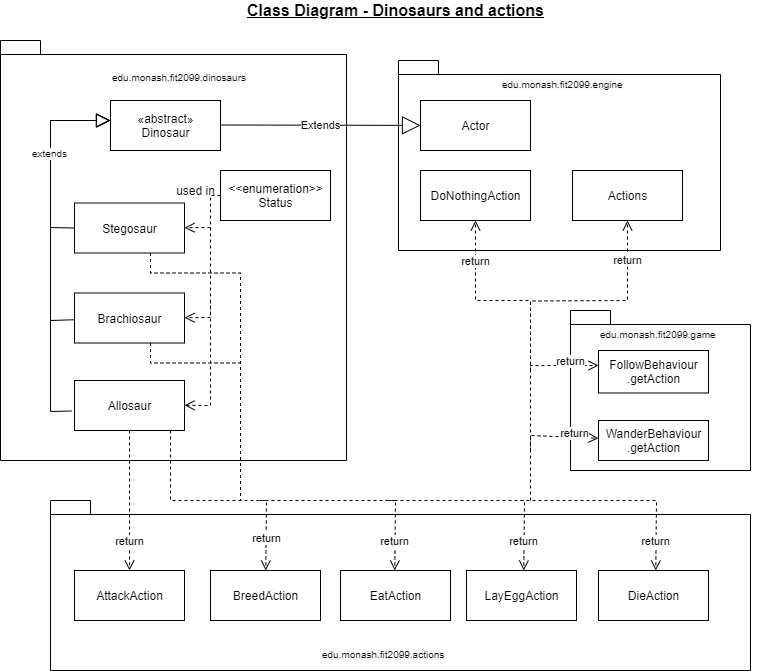
Before: assignment_workings/ClassDiagram - dinosaurs and actions.png, a diagram exported from draw.io (mltw/fit2099-jurassic-park-2021). Source tidied: cells renumbered, new cells last; positions are measured from the earlier drawing's top-left corner, leaving out a move shared by most shapes. Its diagram source:
```xml
<mxGraphModel>
  <root>
    <mxCell id="0" />
    <mxCell id="1" parent="0" />
    <mxCell id="2" style="shape=folder;fontStyle=1;spacingTop=10;tabWidth=40;tabHeight=14;tabPosition=left;html=1;" parent="1" vertex="1">
      <mxGeometry x="50" y="500" width="700" height="170" as="geometry" />
    </mxCell>
    <mxCell id="3" style="shape=folder;fontStyle=1;spacingTop=10;tabWidth=40;tabHeight=14;tabPosition=left;html=1;" parent="1" vertex="1">
      <mxGeometry x="398" y="60" width="322" height="190" as="geometry" />
    </mxCell>
    <mxCell id="4" style="shape=folder;fontStyle=1;spacingTop=10;tabWidth=40;tabHeight=14;tabPosition=left;html=1;" parent="1" vertex="1">
      <mxGeometry y="40" width="346" height="420" as="geometry" />
    </mxCell>
    <mxCell id="5" style="shape=folder;fontStyle=1;spacingTop=10;tabWidth=40;tabHeight=14;tabPosition=left;html=1;" parent="1" vertex="1">
      <mxGeometry x="570" y="310" width="180" height="160" as="geometry" />
    </mxCell>
    <mxCell id="6" value="Stegosaur" style="html=1;" parent="1" vertex="1">
      <mxGeometry x="74" y="202.5" width="110" height="50" as="geometry" />
    </mxCell>
    <mxCell id="7" value="Allosaur" style="html=1;" parent="1" vertex="1">
      <mxGeometry x="74" y="380" width="110" height="50" as="geometry" />
    </mxCell>
    <mxCell id="8" value="Brachiosaur" style="html=1;" parent="1" vertex="1">
      <mxGeometry x="74" y="292.5" width="110" height="50" as="geometry" />
    </mxCell>
    <mxCell id="9" value="Actor" style="html=1;" parent="1" vertex="1">
      <mxGeometry x="420" y="100" width="110" height="50" as="geometry" />
    </mxCell>
    <mxCell id="10" style="endArrow=block;endFill=0;endSize=12;html=1;fontSize=6;rounded=0;" parent="1" edge="1" source="8">
      <mxGeometry relative="1" as="geometry">
        <mxPoint x="110" y="120" as="targetPoint" />
        <Array as="points">
          <mxPoint x="50" y="320" />
          <mxPoint x="50" y="120" />
        </Array>
      </mxGeometry>
    </mxCell>
    <mxCell id="11" style="endArrow=block;endFill=0;endSize=12;html=1;fontSize=6;exitX=0;exitY=0.5;exitDx=0;exitDy=0;rounded=0;" parent="1" edge="1" source="6">
      <mxGeometry relative="1" as="geometry">
        <mxPoint x="110" y="120" as="targetPoint" />
        <Array as="points">
          <mxPoint x="50" y="227" />
          <mxPoint x="50" y="120" />
        </Array>
      </mxGeometry>
    </mxCell>
    <mxCell id="12" style="endArrow=block;endFill=0;endSize=12;html=1;fontSize=6;exitX=-0.028;exitY=0.61;exitDx=0;exitDy=0;exitPerimeter=0;rounded=0;" parent="1" edge="1" source="7">
      <mxGeometry relative="1" as="geometry">
        <mxPoint x="110" y="120" as="targetPoint" />
        <Array as="points">
          <mxPoint x="50" y="411" />
          <mxPoint x="50" y="120" />
        </Array>
      </mxGeometry>
    </mxCell>
    <mxCell id="13" value="&lt;span style=&quot;font-size: 10px&quot;&gt;extends&lt;/span&gt;" style="edgeLabel;html=1;align=center;verticalAlign=middle;fontSize=6;" parent="12" vertex="1">
      <mxGeometry x="0.5" y="2" relative="1" as="geometry" />
    </mxCell>
    <mxCell id="14" value="&lt;span style=&quot;color: rgb(0 , 0 , 0) ; font-family: &amp;#34;helvetica&amp;#34; ; font-size: 10px ; font-style: normal ; font-weight: 400 ; letter-spacing: normal ; text-align: center ; text-indent: 0px ; text-transform: none ; word-spacing: 0px ; background-color: rgb(248 , 249 , 250) ; display: inline ; float: none&quot;&gt;edu.monash.fit2099.engine&lt;/span&gt;" style="text;whiteSpace=wrap;html=1;" parent="1" vertex="1">
      <mxGeometry x="500" y="70" width="160" height="30" as="geometry" />
    </mxCell>
    <mxCell id="15" value="«abstract»&lt;br&gt;Dinosaur" style="html=1;" parent="1" vertex="1">
      <mxGeometry x="110" y="100" width="110" height="50" as="geometry" />
    </mxCell>
    <mxCell id="16" value="&lt;span style=&quot;color: rgb(0 , 0 , 0) ; font-family: &amp;#34;helvetica&amp;#34; ; font-size: 10px ; font-style: normal ; font-weight: 400 ; letter-spacing: normal ; text-align: center ; text-indent: 0px ; text-transform: none ; word-spacing: 0px ; background-color: rgb(248 , 249 , 250) ; display: inline ; float: none&quot;&gt;edu.monash.fit2099.dinosaurs&lt;/span&gt;" style="text;whiteSpace=wrap;html=1;" parent="1" vertex="1">
      <mxGeometry x="110" y="63" width="160" height="30" as="geometry" />
    </mxCell>
    <mxCell id="17" value="Extends" style="endArrow=block;endSize=16;endFill=0;html=1;" parent="1" edge="1" target="9">
      <mxGeometry relative="1" as="geometry">
        <mxPoint x="220" y="124.5" as="sourcePoint" />
      </mxGeometry>
    </mxCell>
    <mxCell id="18" value="&amp;lt;&amp;lt;enumeration&amp;gt;&amp;gt;&lt;br&gt;Status" style="html=1;" parent="1" vertex="1">
      <mxGeometry x="220" y="170" width="110" height="50" as="geometry" />
    </mxCell>
    <mxCell id="19" style="html=1;verticalAlign=bottom;endArrow=open;dashed=1;endSize=8;exitX=0;exitY=0.5;exitDx=0;exitDy=0;rounded=0;" parent="1" edge="1" source="18">
      <mxGeometry relative="1" as="geometry">
        <mxPoint x="184" y="317.3" as="targetPoint" />
        <Array as="points">
          <mxPoint x="210" y="195" />
          <mxPoint x="210" y="317" />
        </Array>
      </mxGeometry>
    </mxCell>
    <mxCell id="20" style="html=1;verticalAlign=bottom;endArrow=open;dashed=1;endSize=8;rounded=0;" parent="1" edge="1">
      <mxGeometry relative="1" as="geometry">
        <mxPoint x="210" y="227" as="sourcePoint" />
        <mxPoint x="184" y="227.3" as="targetPoint" />
        <Array as="points">
          <mxPoint x="210" y="227" />
        </Array>
      </mxGeometry>
    </mxCell>
    <mxCell id="21" style="html=1;verticalAlign=bottom;endArrow=open;dashed=1;endSize=8;rounded=0;" parent="1" edge="1">
      <mxGeometry relative="1" as="geometry">
        <mxPoint x="210" y="300" as="sourcePoint" />
        <mxPoint x="184" y="404.8" as="targetPoint" />
        <Array as="points">
          <mxPoint x="210" y="405" />
        </Array>
      </mxGeometry>
    </mxCell>
    <mxCell id="22" value="AttackAction" style="html=1;" parent="1" vertex="1">
      <mxGeometry x="74" y="570" width="110" height="50" as="geometry" />
    </mxCell>
    <mxCell id="23" value="return" style="html=1;verticalAlign=bottom;endArrow=open;dashed=1;endSize=8;exitX=0.5;exitY=1;exitDx=0;exitDy=0;" parent="1" edge="1" source="7" target="22">
      <mxGeometry x="0.71" relative="1" as="geometry" />
    </mxCell>
    <mxCell id="24" value="EatAction" style="html=1;" parent="1" vertex="1">
      <mxGeometry x="340" y="570" width="110" height="50" as="geometry" />
    </mxCell>
    <mxCell id="25" value="BreedAction" style="html=1;" parent="1" vertex="1">
      <mxGeometry x="210" y="570" width="110" height="50" as="geometry" />
    </mxCell>
    <mxCell id="26" value="LayEggAction" style="html=1;" parent="1" vertex="1">
      <mxGeometry x="466" y="570" width="110" height="50" as="geometry" />
    </mxCell>
    <mxCell id="27" value="DieAction" style="html=1;" parent="1" vertex="1">
      <mxGeometry x="598" y="570" width="110" height="50" as="geometry" />
    </mxCell>
    <mxCell id="28" value="DoNothingAction" style="html=1;" parent="1" vertex="1">
      <mxGeometry x="420" y="170" width="110" height="50" as="geometry" />
    </mxCell>
    <mxCell id="29" value="WanderBehaviour&lt;br&gt;.getAction" style="html=1;" parent="1" vertex="1">
      <mxGeometry x="598" y="420" width="110" height="40" as="geometry" />
    </mxCell>
    <mxCell id="30" value="return" style="html=1;verticalAlign=bottom;endArrow=open;dashed=1;endSize=8;rounded=0;" parent="1" edge="1" target="25">
      <mxGeometry x="0.81" relative="1" as="geometry">
        <mxPoint x="170" y="430" as="sourcePoint" />
        <Array as="points">
          <mxPoint x="170" y="500" />
          <mxPoint x="266" y="500" />
        </Array>
      </mxGeometry>
    </mxCell>
    <mxCell id="31" value="return" style="html=1;verticalAlign=bottom;endArrow=open;dashed=1;endSize=8;rounded=0;" parent="1" edge="1">
      <mxGeometry x="0.81" relative="1" as="geometry">
        <mxPoint x="259" y="500" as="sourcePoint" />
        <mxPoint x="394.3" y="570" as="targetPoint" />
        <Array as="points">
          <mxPoint x="395" y="500" />
        </Array>
      </mxGeometry>
    </mxCell>
    <mxCell id="32" value="return" style="html=1;verticalAlign=bottom;endArrow=open;dashed=1;endSize=8;rounded=0;" parent="1" edge="1">
      <mxGeometry x="0.81" relative="1" as="geometry">
        <mxPoint x="388" y="500" as="sourcePoint" />
        <mxPoint x="523.3" y="570" as="targetPoint" />
        <Array as="points">
          <mxPoint x="524" y="500" />
        </Array>
      </mxGeometry>
    </mxCell>
    <mxCell id="33" value="return" style="html=1;verticalAlign=bottom;endArrow=open;dashed=1;endSize=8;rounded=0;" parent="1" edge="1">
      <mxGeometry x="0.81" relative="1" as="geometry">
        <mxPoint x="520" y="500" as="sourcePoint" />
        <mxPoint x="655.3" y="570" as="targetPoint" />
        <Array as="points">
          <mxPoint x="656" y="500" />
        </Array>
      </mxGeometry>
    </mxCell>
    <mxCell id="34" value="return" style="html=1;verticalAlign=bottom;endArrow=open;dashed=1;endSize=8;rounded=0;" parent="1" edge="1" target="29">
      <mxGeometry x="0.63" y="-5" relative="1" as="geometry">
        <mxPoint x="530" y="500" as="sourcePoint" />
        <Array as="points">
          <mxPoint x="530" y="435" />
        </Array>
      </mxGeometry>
    </mxCell>
    <mxCell id="35" style="html=1;verticalAlign=bottom;endArrow=none;dashed=1;endSize=8;endFill=0;rounded=0;" parent="1" edge="1">
      <mxGeometry relative="1" as="geometry">
        <mxPoint x="150" y="252.5" as="sourcePoint" />
        <mxPoint x="240" y="500" as="targetPoint" />
        <Array as="points">
          <mxPoint x="150" y="272.5" />
          <mxPoint x="240" y="272.5" />
        </Array>
      </mxGeometry>
    </mxCell>
    <mxCell id="36" style="html=1;verticalAlign=bottom;endArrow=none;dashed=1;endSize=8;endFill=0;rounded=0;" parent="1" edge="1">
      <mxGeometry relative="1" as="geometry">
        <mxPoint x="150" y="342.5" as="sourcePoint" />
        <mxPoint x="240" y="500" as="targetPoint" />
        <Array as="points">
          <mxPoint x="150" y="362.5" />
          <mxPoint x="240" y="362.5" />
        </Array>
      </mxGeometry>
    </mxCell>
    <mxCell id="37" value="FollowBehaviour&lt;br&gt;.getAction" style="html=1;" parent="1" vertex="1">
      <mxGeometry x="598" y="350" width="110" height="42.5" as="geometry" />
    </mxCell>
    <mxCell id="38" value="return" style="html=1;verticalAlign=bottom;endArrow=open;dashed=1;endSize=8;rounded=0;" parent="1" edge="1">
      <mxGeometry x="0.63" y="-5" relative="1" as="geometry">
        <mxPoint x="530" y="450" as="sourcePoint" />
        <mxPoint x="598" y="365" as="targetPoint" />
        <Array as="points">
          <mxPoint x="530" y="365" />
        </Array>
      </mxGeometry>
    </mxCell>
    <mxCell id="39" value="Actions" style="html=1;" parent="1" vertex="1">
      <mxGeometry x="572" y="170" width="110" height="50" as="geometry" />
    </mxCell>
    <mxCell id="40" value="return" style="html=1;verticalAlign=bottom;endArrow=open;dashed=1;endSize=8;entryX=0.5;entryY=1;entryDx=0;entryDy=0;rounded=0;" parent="1" edge="1" target="28">
      <mxGeometry x="0.51" relative="1" as="geometry">
        <mxPoint x="530" y="370" as="sourcePoint" />
        <Array as="points">
          <mxPoint x="530" y="300" />
          <mxPoint x="475" y="300" />
        </Array>
      </mxGeometry>
    </mxCell>
    <mxCell id="41" value="return" style="html=1;verticalAlign=bottom;endArrow=open;dashed=1;endSize=8;entryX=0.5;entryY=1;entryDx=0;entryDy=0;rounded=0;" parent="1" edge="1" target="39">
      <mxGeometry x="0.6" relative="1" as="geometry">
        <mxPoint x="530" y="370.5" as="sourcePoint" />
        <Array as="points">
          <mxPoint x="530" y="300.5" />
          <mxPoint x="627" y="300" />
        </Array>
        <mxPoint y="-1" as="offset" />
      </mxGeometry>
    </mxCell>
    <mxCell id="42" value="&lt;span style=&quot;color: rgb(0 , 0 , 0) ; font-family: &amp;#34;helvetica&amp;#34; ; font-size: 10px ; font-style: normal ; font-weight: 400 ; letter-spacing: normal ; text-align: center ; text-indent: 0px ; text-transform: none ; word-spacing: 0px ; background-color: rgb(248 , 249 , 250) ; display: inline ; float: none&quot;&gt;edu.monash.fit2099.game&lt;/span&gt;" style="text;whiteSpace=wrap;html=1;" parent="1" vertex="1">
      <mxGeometry x="598" y="320" width="160" height="30" as="geometry" />
    </mxCell>
    <mxCell id="43" value="&lt;span style=&quot;color: rgb(0 , 0 , 0) ; font-family: &amp;#34;helvetica&amp;#34; ; font-size: 10px ; font-style: normal ; font-weight: 400 ; letter-spacing: normal ; text-align: center ; text-indent: 0px ; text-transform: none ; word-spacing: 0px ; background-color: rgb(248 , 249 , 250) ; display: inline ; float: none&quot;&gt;edu.monash.fit2099.actions&lt;/span&gt;" style="text;whiteSpace=wrap;html=1;" parent="1" vertex="1">
      <mxGeometry x="320" y="640" width="160" height="30" as="geometry" />
    </mxCell>
    <mxCell id="44" value="&lt;font size=&quot;1&quot;&gt;&lt;b style=&quot;font-size: 16px&quot;&gt;&lt;u&gt;Class Diagram - Dinosaurs and actions&lt;/u&gt;&lt;/b&gt;&lt;/font&gt;" style="text;html=1;align=center;verticalAlign=middle;strokeColor=none;" parent="1" vertex="1">
      <mxGeometry x="240" width="310" height="20" as="geometry" />
    </mxCell>
    <mxCell id="45" value="used in" style="text;html=1;align=center;verticalAlign=middle;strokeColor=none;" parent="1" vertex="1">
      <mxGeometry x="170" y="180" width="50" height="20" as="geometry" />
    </mxCell>
  </root>
</mxGraphModel>
```
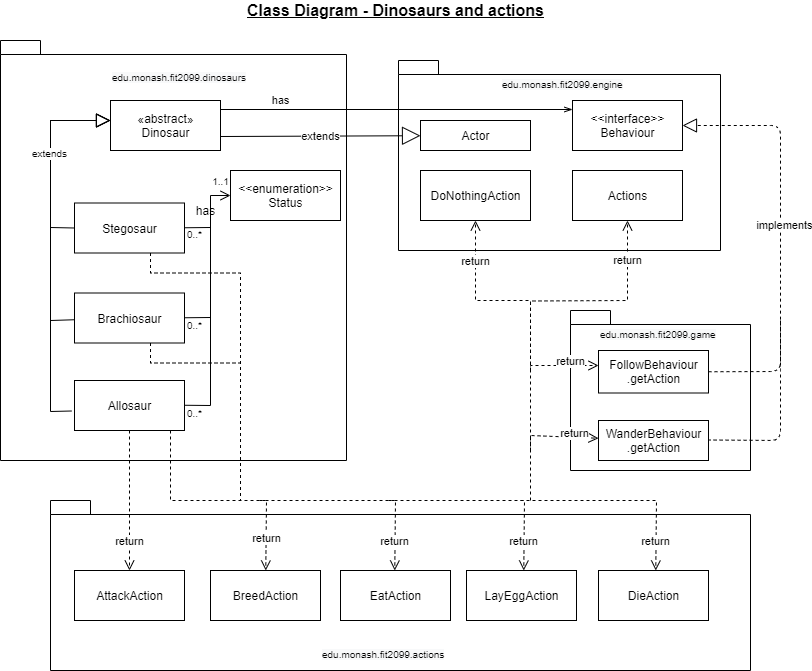
The same file after the commit.

Change to the diagram source:
```diff
@@ -24,7 +24,7 @@
       <mxGeometry x="74" y="292.5" width="110" height="50" as="geometry" />
     </mxCell>
     <mxCell id="9" value="Actor" style="html=1;" parent="1" vertex="1">
-      <mxGeometry x="420" y="100" width="110" height="50" as="geometry" />
+      <mxGeometry x="420" y="120" width="110" height="30" as="geometry" />
     </mxCell>
     <mxCell id="10" style="endArrow=block;endFill=0;endSize=12;html=1;fontSize=6;rounded=0;" parent="1" edge="1" source="8">
       <mxGeometry relative="1" as="geometry">
@@ -65,24 +65,24 @@
     <mxCell id="16" value="&lt;span style=&quot;color: rgb(0 , 0 , 0) ; font-family: &amp;#34;helvetica&amp;#34; ; font-size: 10px ; font-style: normal ; font-weight: 400 ; letter-spacing: normal ; text-align: center ; text-indent: 0px ; text-transform: none ; word-spacing: 0px ; background-color: rgb(248 , 249 , 250) ; display: inline ; float: none&quot;&gt;edu.monash.fit2099.dinosaurs&lt;/span&gt;" style="text;whiteSpace=wrap;html=1;" parent="1" vertex="1">
       <mxGeometry x="110" y="63" width="160" height="30" as="geometry" />
     </mxCell>
-    <mxCell id="17" value="Extends" style="endArrow=block;endSize=16;endFill=0;html=1;" parent="1" edge="1" target="9">
+    <mxCell id="17" value="extends" style="endArrow=block;endSize=16;endFill=0;html=1;" parent="1" edge="1" target="9">
       <mxGeometry relative="1" as="geometry">
-        <mxPoint x="220" y="124.5" as="sourcePoint" />
+        <mxPoint x="220" y="136" as="sourcePoint" />
       </mxGeometry>
     </mxCell>
     <mxCell id="18" value="&amp;lt;&amp;lt;enumeration&amp;gt;&amp;gt;&lt;br&gt;Status" style="html=1;" parent="1" vertex="1">
-      <mxGeometry x="220" y="170" width="110" height="50" as="geometry" />
+      <mxGeometry x="230" y="170" width="110" height="50" as="geometry" />
     </mxCell>
-    <mxCell id="19" style="html=1;verticalAlign=bottom;endArrow=open;dashed=1;endSize=8;exitX=0;exitY=0.5;exitDx=0;exitDy=0;rounded=0;" parent="1" edge="1" source="18">
+    <mxCell id="19" style="html=1;verticalAlign=bottom;endArrow=open;endSize=8;exitX=0;exitY=0.5;exitDx=0;exitDy=0;rounded=0;entryX=0;entryY=0.5;entryDx=0;entryDy=0;" parent="1" edge="1" target="18">
       <mxGeometry relative="1" as="geometry">
-        <mxPoint x="184" y="317.3" as="targetPoint" />
+        <mxPoint x="184" y="317.3" as="sourcePoint" />
         <Array as="points">
+          <mxPoint x="210" y="317" />
           <mxPoint x="210" y="195" />
-          <mxPoint x="210" y="317" />
         </Array>
       </mxGeometry>
     </mxCell>
-    <mxCell id="20" style="html=1;verticalAlign=bottom;endArrow=open;dashed=1;endSize=8;rounded=0;" parent="1" edge="1">
+    <mxCell id="20" style="html=1;verticalAlign=bottom;endArrow=none;endSize=8;rounded=0;endFill=0;" parent="1" edge="1">
       <mxGeometry relative="1" as="geometry">
         <mxPoint x="210" y="227" as="sourcePoint" />
         <mxPoint x="184" y="227.3" as="targetPoint" />
@@ -91,7 +91,7 @@
         </Array>
       </mxGeometry>
     </mxCell>
-    <mxCell id="21" style="html=1;verticalAlign=bottom;endArrow=open;dashed=1;endSize=8;rounded=0;" parent="1" edge="1">
+    <mxCell id="21" style="html=1;verticalAlign=bottom;endArrow=none;endSize=8;rounded=0;endFill=0;" parent="1" edge="1">
       <mxGeometry relative="1" as="geometry">
         <mxPoint x="210" y="300" as="sourcePoint" />
         <mxPoint x="184" y="404.8" as="targetPoint" />
@@ -231,8 +231,50 @@
     <mxCell id="44" value="&lt;font size=&quot;1&quot;&gt;&lt;b style=&quot;font-size: 16px&quot;&gt;&lt;u&gt;Class Diagram - Dinosaurs and actions&lt;/u&gt;&lt;/b&gt;&lt;/font&gt;" style="text;html=1;align=center;verticalAlign=middle;strokeColor=none;" parent="1" vertex="1">
       <mxGeometry x="240" width="310" height="20" as="geometry" />
     </mxCell>
-    <mxCell id="45" value="used in" style="text;html=1;align=center;verticalAlign=middle;strokeColor=none;" parent="1" vertex="1">
-      <mxGeometry x="170" y="180" width="50" height="20" as="geometry" />
-    </mxCell>
+    <mxCell id="46" value="has" style="text;html=1;align=center;verticalAlign=middle;strokeColor=none;" parent="1" vertex="1">
+      <mxGeometry x="190" y="200" width="30" height="20" as="geometry" />
+    </mxCell>
+    <mxCell id="47" value="&lt;font style=&quot;font-size: 10px&quot;&gt;1..1&lt;/font&gt;" style="text;html=1;align=center;verticalAlign=middle;strokeColor=none;" parent="1" vertex="1">
+      <mxGeometry x="205" y="170" width="30" height="20" as="geometry" />
+    </mxCell>
+    <mxCell id="48" value="&lt;font style=&quot;font-size: 10px&quot;&gt;0..*&lt;/font&gt;" style="text;html=1;align=center;verticalAlign=middle;strokeColor=none;" parent="1" vertex="1">
+      <mxGeometry x="179" y="223" width="30" height="20" as="geometry" />
+    </mxCell>
+    <mxCell id="49" value="&lt;font style=&quot;font-size: 10px&quot;&gt;0..*&lt;/font&gt;" style="text;html=1;align=center;verticalAlign=middle;strokeColor=none;" parent="1" vertex="1">
+      <mxGeometry x="179" y="314" width="30" height="20" as="geometry" />
+    </mxCell>
+    <mxCell id="50" value="&lt;font style=&quot;font-size: 10px&quot;&gt;0..*&lt;/font&gt;" style="text;html=1;align=center;verticalAlign=middle;strokeColor=none;" parent="1" vertex="1">
+      <mxGeometry x="179" y="402" width="30" height="20" as="geometry" />
+    </mxCell>
+    <mxCell id="51" value="&amp;lt;&amp;lt;interface&amp;gt;&amp;gt;&lt;br&gt;Behaviour" style="html=1;" parent="1" vertex="1">
+      <mxGeometry x="572" y="100" width="110" height="50" as="geometry" />
+    </mxCell>
+    <mxCell id="52" value="has" style="html=1;verticalAlign=bottom;endArrow=openThin;entryX=0;entryY=0;entryDx=0;entryDy=0;endFill=0;exitX=1;exitY=0;exitDx=0;exitDy=0;" parent="1" edge="1">
+      <mxGeometry x="-0.66" relative="1" as="geometry">
+        <mxPoint x="220" y="109" as="sourcePoint" />
+        <mxPoint x="572" y="109" as="targetPoint" />
+      </mxGeometry>
+    </mxCell>
+    <mxCell id="53" style="endArrow=block;dashed=1;endFill=0;endSize=12;html=1;exitX=1;exitY=0.5;exitDx=0;exitDy=0;entryX=1;entryY=0.5;entryDx=0;entryDy=0;" parent="1" edge="1" source="37" target="51">
+      <mxGeometry relative="1" as="geometry">
+        <Array as="points">
+          <mxPoint x="780" y="371" />
+          <mxPoint x="780" y="125" />
+        </Array>
+      </mxGeometry>
+    </mxCell>
+    <mxCell id="54" value="implements" style="edgeLabel;html=1;align=center;verticalAlign=middle;" parent="53" vertex="1">
+      <mxGeometry x="0.05" y="-3" relative="1" as="geometry" />
+    </mxCell>
+    <mxCell id="55" style="html=1;verticalAlign=bottom;endArrow=none;dashed=1;endSize=8;endFill=0;" parent="1" edge="1">
+      <mxGeometry relative="1" as="geometry">
+        <mxPoint x="780" y="320" as="sourcePoint" />
+        <mxPoint x="708" y="439.5" as="targetPoint" />
+        <Array as="points">
+          <mxPoint x="780" y="360" />
+          <mxPoint x="780" y="440" />
+        </Array>
+      </mxGeometry>
+    </mxCell>
   </root>
 </mxGraphModel>
```
